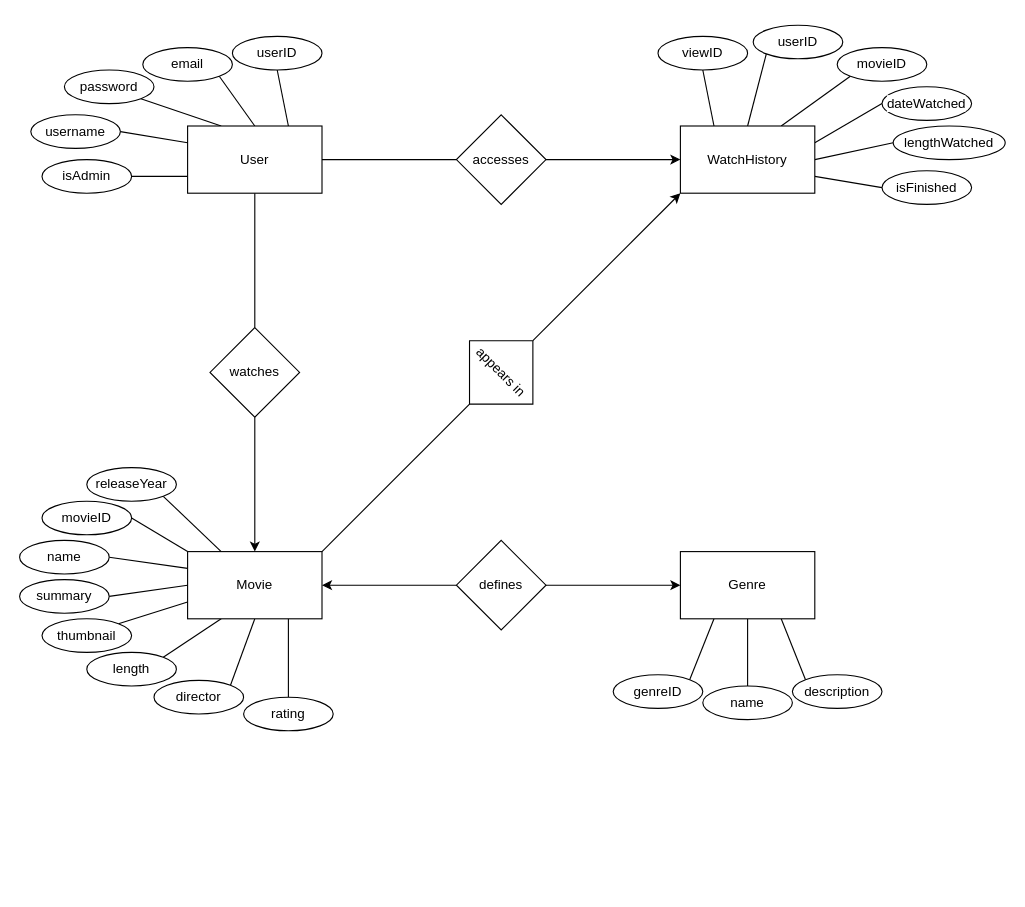
Above: doc/fraudflix_er.drawio in KhangMBui/fraud-flix (draw.io), before the change. Source tidied: cells renumbered, new cells numbered last; positions are measured from the earlier drawing's top-left corner, leaving out a move shared by most shapes. Both pictures are drawn from the tidied source at 112%, with x=0, y=0 at pixel (19, 25).
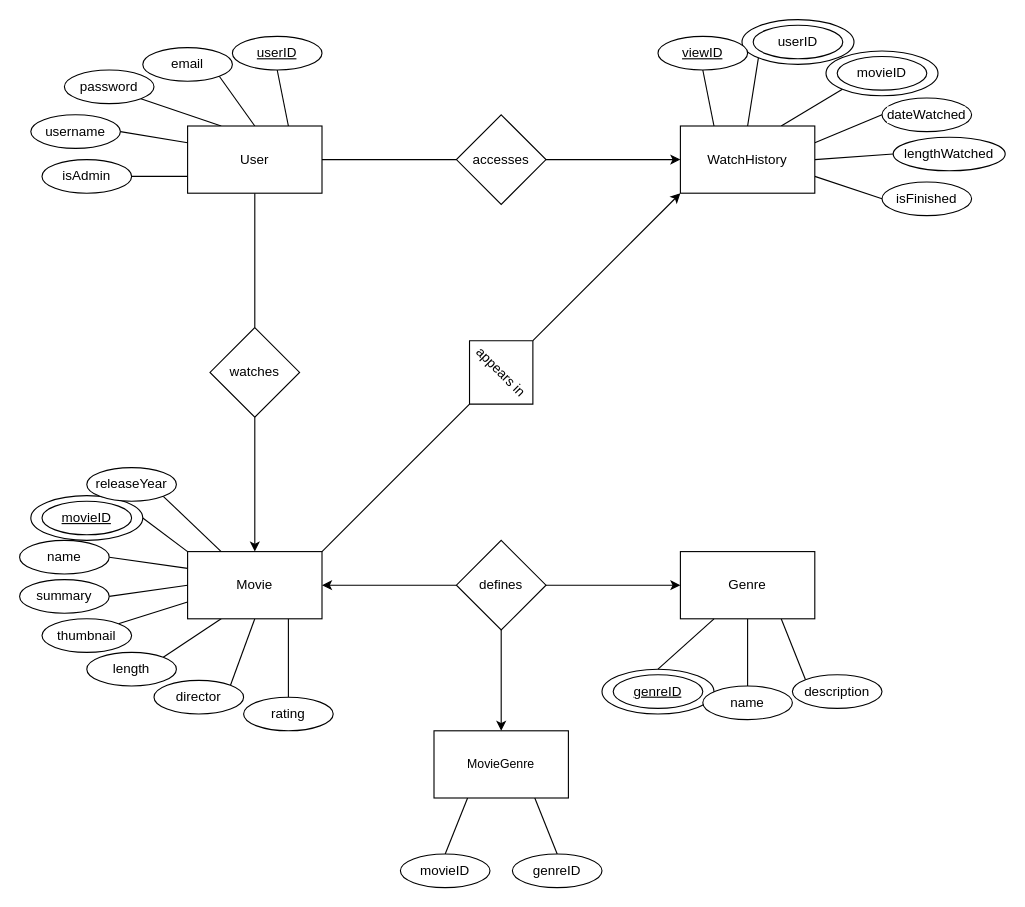
After the change.

Commit message:
Added sub-table for a specific movie with its genre as referenced through foreign keys, and modified some attributes to identify key types in each table

The change refers to these unchanged cells:
```xml
<mxCell id="19" value="Movie" style="rounded=0;whiteSpace=wrap;html=1;" parent="1" vertex="1">
  <mxGeometry x="150" y="470" width="120" height="60" as="geometry" />
</mxCell>
<mxCell id="26" value="WatchHistory" style="rounded=0;whiteSpace=wrap;html=1;" parent="1" vertex="1">
  <mxGeometry x="590" y="90" width="120" height="60" as="geometry" />
</mxCell>
<mxCell id="30" value="Genre" style="rounded=0;whiteSpace=wrap;html=1;" parent="1" vertex="1">
  <mxGeometry x="590" y="470" width="120" height="60" as="geometry" />
</mxCell>
<mxCell id="37" value="defines" style="rhombus;whiteSpace=wrap;html=1;" parent="1" vertex="1">
  <mxGeometry x="390" y="460" width="80" height="80" as="geometry" />
</mxCell>
<mxCell id="54" value="userID" style="ellipse;whiteSpace=wrap;html=1;strokeColor=default;align=center;verticalAlign=middle;fontFamily=Helvetica;fontSize=12;fontColor=default;fillColor=default;labelBackgroundColor=default;" parent="1" vertex="1">
  <mxGeometry x="655" width="80" height="30" as="geometry" />
</mxCell>
```

Change to the diagram source:
```diff
@@
+    <mxCell id="62" style="ellipse;whiteSpace=wrap;html=1;strokeColor=default;align=center;verticalAlign=middle;fontFamily=Helvetica;fontSize=12;fontColor=default;fillColor=default;labelBackgroundColor=default;" parent="1" vertex="1">
+      <mxGeometry x="720" y="23" width="100" height="40" as="geometry" />
+    </mxCell>
+    <mxCell id="63" style="ellipse;whiteSpace=wrap;html=1;strokeColor=default;align=center;verticalAlign=middle;fontFamily=Helvetica;fontSize=12;fontColor=default;fillColor=default;labelBackgroundColor=default;" parent="1" vertex="1">
+      <mxGeometry x="645" y="-5" width="100" height="40" as="geometry" />
+    </mxCell>
+    <mxCell id="64" style="ellipse;whiteSpace=wrap;html=1;strokeColor=default;align=center;verticalAlign=middle;fontFamily=Helvetica;fontSize=12;fontColor=default;fillColor=default;labelBackgroundColor=default;" parent="1" vertex="1">
+      <mxGeometry x="520" y="575" width="100" height="40" as="geometry" />
+    </mxCell>
+    <mxCell id="65" style="ellipse;whiteSpace=wrap;html=1;strokeColor=default;align=center;verticalAlign=middle;fontFamily=Helvetica;fontSize=12;fontColor=default;fillColor=default;labelBackgroundColor=default;" parent="1" vertex="1">
+      <mxGeometry x="10" y="420" width="100" height="40" as="geometry" />
+    </mxCell>
@@
-    <mxCell id="12" style="edgeStyle=none;shape=connector;rounded=0;jettySize=auto;html=1;exitX=0;exitY=0;exitDx=0;exitDy=0;entryX=1;entryY=0.5;entryDx=0;entryDy=0;strokeColor=default;align=center;verticalAlign=middle;fontFamily=Helvetica;fontSize=11;fontColor=default;labelBackgroundColor=default;startFill=0;endArrow=none;" parent="1" edge="1" source="19" target="45">
-      <mxGeometry relative="1" as="geometry" />
+    <mxCell id="12" style="edgeStyle=none;shape=connector;rounded=0;jettySize=auto;html=1;exitX=0;exitY=0;exitDx=0;exitDy=0;strokeColor=default;align=center;verticalAlign=middle;fontFamily=Helvetica;fontSize=11;fontColor=default;labelBackgroundColor=default;startFill=0;endArrow=none;" parent="1" edge="1" source="19">
+      <mxGeometry relative="1" as="geometry">
+        <mxPoint x="110" y="440" as="targetPoint" />
+      </mxGeometry>
     </mxCell>
@@
-    <mxCell id="21" style="edgeStyle=none;shape=connector;rounded=0;jettySize=auto;html=1;exitX=0.5;exitY=0;exitDx=0;exitDy=0;entryX=0;entryY=1;entryDx=0;entryDy=0;strokeColor=default;align=center;verticalAlign=middle;fontFamily=Helvetica;fontSize=11;fontColor=default;labelBackgroundColor=default;startFill=0;endArrow=none;" parent="1" edge="1" source="26" target="54">
+    <mxCell id="21" style="edgeStyle=none;shape=connector;rounded=0;jettySize=auto;html=1;exitX=0.5;exitY=0;exitDx=0;exitDy=0;entryX=0;entryY=1;entryDx=0;entryDy=0;strokeColor=default;align=center;verticalAlign=middle;fontFamily=Helvetica;fontSize=11;fontColor=default;labelBackgroundColor=default;startFill=0;endArrow=none;" parent="1" edge="1" source="26" target="63">
       <mxGeometry relative="1" as="geometry" />
     </mxCell>
-    <mxCell id="22" style="edgeStyle=none;shape=connector;rounded=0;jettySize=auto;html=1;exitX=0.75;exitY=0;exitDx=0;exitDy=0;entryX=0;entryY=1;entryDx=0;entryDy=0;strokeColor=default;align=center;verticalAlign=middle;fontFamily=Helvetica;fontSize=11;fontColor=default;labelBackgroundColor=default;startFill=0;endArrow=none;" parent="1" edge="1" source="26" target="55">
+    <mxCell id="22" style="edgeStyle=none;shape=connector;rounded=0;jettySize=auto;html=1;exitX=0.75;exitY=0;exitDx=0;exitDy=0;entryX=0;entryY=1;entryDx=0;entryDy=0;strokeColor=default;align=center;verticalAlign=middle;fontFamily=Helvetica;fontSize=11;fontColor=default;labelBackgroundColor=default;startFill=0;endArrow=none;" parent="1" edge="1" source="26" target="62">
       <mxGeometry relative="1" as="geometry" />
     </mxCell>
@@
-    <mxCell id="27" style="edgeStyle=none;shape=connector;rounded=0;jettySize=auto;html=1;exitX=0.25;exitY=1;exitDx=0;exitDy=0;entryX=1;entryY=0;entryDx=0;entryDy=0;strokeColor=default;align=center;verticalAlign=middle;fontFamily=Helvetica;fontSize=11;fontColor=default;labelBackgroundColor=default;startFill=0;endArrow=none;" parent="1" edge="1" source="30" target="59">
-      <mxGeometry relative="1" as="geometry" />
-    </mxCell>
@@
+    <mxCell id="66" style="edgeStyle=none;shape=connector;rounded=0;jettySize=auto;html=1;exitX=0.5;exitY=1;exitDx=0;exitDy=0;entryX=0.5;entryY=0;entryDx=0;entryDy=0;strokeColor=default;align=center;verticalAlign=middle;fontFamily=Helvetica;fontSize=11;fontColor=default;labelBackgroundColor=default;startFill=0;endArrow=classic;endFill=1;" parent="1" edge="1" source="37" target="69">
+      <mxGeometry relative="1" as="geometry" />
+    </mxCell>
@@
-    <mxCell id="40" value="userID" style="ellipse;whiteSpace=wrap;html=1;strokeColor=default;align=center;verticalAlign=middle;fontFamily=Helvetica;fontSize=12;fontColor=default;fillColor=default;" parent="1" vertex="1">
+    <mxCell id="40" value="&lt;u&gt;userID&lt;/u&gt;" style="ellipse;whiteSpace=wrap;html=1;strokeColor=default;align=center;verticalAlign=middle;fontFamily=Helvetica;fontSize=12;fontColor=default;fillColor=default;" parent="1" vertex="1">
       <mxGeometry x="190" y="10" width="80" height="30" as="geometry" />
     </mxCell>
@@
-    <mxCell id="45" value="movieID" style="ellipse;whiteSpace=wrap;html=1;strokeColor=default;align=center;verticalAlign=middle;fontFamily=Helvetica;fontSize=12;fontColor=default;fillColor=default;labelBackgroundColor=default;" parent="1" vertex="1">
+    <mxCell id="45" value="&lt;u&gt;movieID&lt;/u&gt;" style="ellipse;whiteSpace=wrap;html=1;strokeColor=default;align=center;verticalAlign=middle;fontFamily=Helvetica;fontSize=12;fontColor=default;fillColor=default;labelBackgroundColor=default;" parent="1" vertex="1">
       <mxGeometry x="20" y="425" width="80" height="30" as="geometry" />
     </mxCell>
@@
-    <mxCell id="53" value="viewID" style="ellipse;whiteSpace=wrap;html=1;strokeColor=default;align=center;verticalAlign=middle;fontFamily=Helvetica;fontSize=12;fontColor=default;fillColor=default;labelBackgroundColor=default;" parent="1" vertex="1">
+    <mxCell id="53" value="&lt;u&gt;viewID&lt;/u&gt;" style="ellipse;whiteSpace=wrap;html=1;strokeColor=default;align=center;verticalAlign=middle;fontFamily=Helvetica;fontSize=12;fontColor=default;fillColor=default;labelBackgroundColor=default;" parent="1" vertex="1">
       <mxGeometry x="570" y="10" width="80" height="30" as="geometry" />
     </mxCell>
@@
     <mxCell id="55" value="movieID" style="ellipse;whiteSpace=wrap;html=1;strokeColor=default;align=center;verticalAlign=middle;fontFamily=Helvetica;fontSize=12;fontColor=default;fillColor=default;labelBackgroundColor=default;" parent="1" vertex="1">
-      <mxGeometry x="730" y="20" width="80" height="30" as="geometry" />
+      <mxGeometry x="730" y="28" width="80" height="30" as="geometry" />
     </mxCell>
     <mxCell id="56" value="dateWatched" style="ellipse;whiteSpace=wrap;html=1;strokeColor=default;align=center;verticalAlign=middle;fontFamily=Helvetica;fontSize=12;fontColor=default;fillColor=default;labelBackgroundColor=default;" parent="1" vertex="1">
-      <mxGeometry x="770" y="55" width="80" height="30" as="geometry" />
+      <mxGeometry x="770" y="65" width="80" height="30" as="geometry" />
     </mxCell>
     <mxCell id="57" value="lengthWatched" style="ellipse;whiteSpace=wrap;html=1;strokeColor=default;align=center;verticalAlign=middle;fontFamily=Helvetica;fontSize=12;fontColor=default;fillColor=default;labelBackgroundColor=default;" parent="1" vertex="1">
-      <mxGeometry x="780" y="90" width="100" height="30" as="geometry" />
+      <mxGeometry x="780" y="100" width="100" height="30" as="geometry" />
     </mxCell>
     <mxCell id="58" value="isFinished" style="ellipse;whiteSpace=wrap;html=1;strokeColor=default;align=center;verticalAlign=middle;fontFamily=Helvetica;fontSize=12;fontColor=default;fillColor=default;labelBackgroundColor=default;" parent="1" vertex="1">
-      <mxGeometry x="770" y="130" width="80" height="30" as="geometry" />
+      <mxGeometry x="770" y="140" width="80" height="30" as="geometry" />
     </mxCell>
-    <mxCell id="59" value="genreID" style="ellipse;whiteSpace=wrap;html=1;strokeColor=default;align=center;verticalAlign=middle;fontFamily=Helvetica;fontSize=12;fontColor=default;fillColor=default;labelBackgroundColor=default;" parent="1" vertex="1">
+    <mxCell id="59" value="&lt;u&gt;genreID&lt;/u&gt;" style="ellipse;whiteSpace=wrap;html=1;strokeColor=default;align=center;verticalAlign=middle;fontFamily=Helvetica;fontSize=12;fontColor=default;fillColor=default;labelBackgroundColor=default;" parent="1" vertex="1">
       <mxGeometry x="530" y="580" width="80" height="30" as="geometry" />
     </mxCell>
@@
+    <mxCell id="67" style="edgeStyle=none;shape=connector;rounded=0;jettySize=auto;html=1;exitX=0.25;exitY=1;exitDx=0;exitDy=0;entryX=0.5;entryY=0;entryDx=0;entryDy=0;strokeColor=default;align=center;verticalAlign=middle;fontFamily=Helvetica;fontSize=11;fontColor=default;labelBackgroundColor=default;startFill=0;endArrow=none;" parent="1" edge="1" source="69" target="70">
+      <mxGeometry relative="1" as="geometry" />
+    </mxCell>
+    <mxCell id="68" style="edgeStyle=none;shape=connector;rounded=0;jettySize=auto;html=1;exitX=0.75;exitY=1;exitDx=0;exitDy=0;entryX=0.5;entryY=0;entryDx=0;entryDy=0;strokeColor=default;align=center;verticalAlign=middle;fontFamily=Helvetica;fontSize=11;fontColor=default;labelBackgroundColor=default;startFill=0;endArrow=none;" parent="1" edge="1" source="69" target="71">
+      <mxGeometry relative="1" as="geometry" />
+    </mxCell>
+    <mxCell id="69" value="MovieGenre" style="rounded=0;whiteSpace=wrap;html=1;fontFamily=Helvetica;fontSize=11;fontColor=default;labelBackgroundColor=default;" parent="1" vertex="1">
+      <mxGeometry x="370" y="630" width="120" height="60" as="geometry" />
+    </mxCell>
+    <mxCell id="70" value="movieID" style="ellipse;whiteSpace=wrap;html=1;strokeColor=default;align=center;verticalAlign=middle;fontFamily=Helvetica;fontSize=12;fontColor=default;fillColor=default;labelBackgroundColor=default;" parent="1" vertex="1">
+      <mxGeometry x="340" y="740" width="80" height="30" as="geometry" />
+    </mxCell>
+    <mxCell id="71" value="genreID" style="ellipse;whiteSpace=wrap;html=1;strokeColor=default;align=center;verticalAlign=middle;fontFamily=Helvetica;fontSize=12;fontColor=default;fillColor=default;labelBackgroundColor=default;" parent="1" vertex="1">
+      <mxGeometry x="440" y="740" width="80" height="30" as="geometry" />
+    </mxCell>
+    <mxCell id="72" style="edgeStyle=none;shape=connector;rounded=0;jettySize=auto;html=1;exitX=0.25;exitY=1;exitDx=0;exitDy=0;entryX=0.5;entryY=0;entryDx=0;entryDy=0;strokeColor=default;align=center;verticalAlign=middle;fontFamily=Helvetica;fontSize=11;fontColor=default;labelBackgroundColor=default;startFill=0;endArrow=none;" parent="1" edge="1" source="30" target="64">
+      <mxGeometry relative="1" as="geometry" />
+    </mxCell>
```
